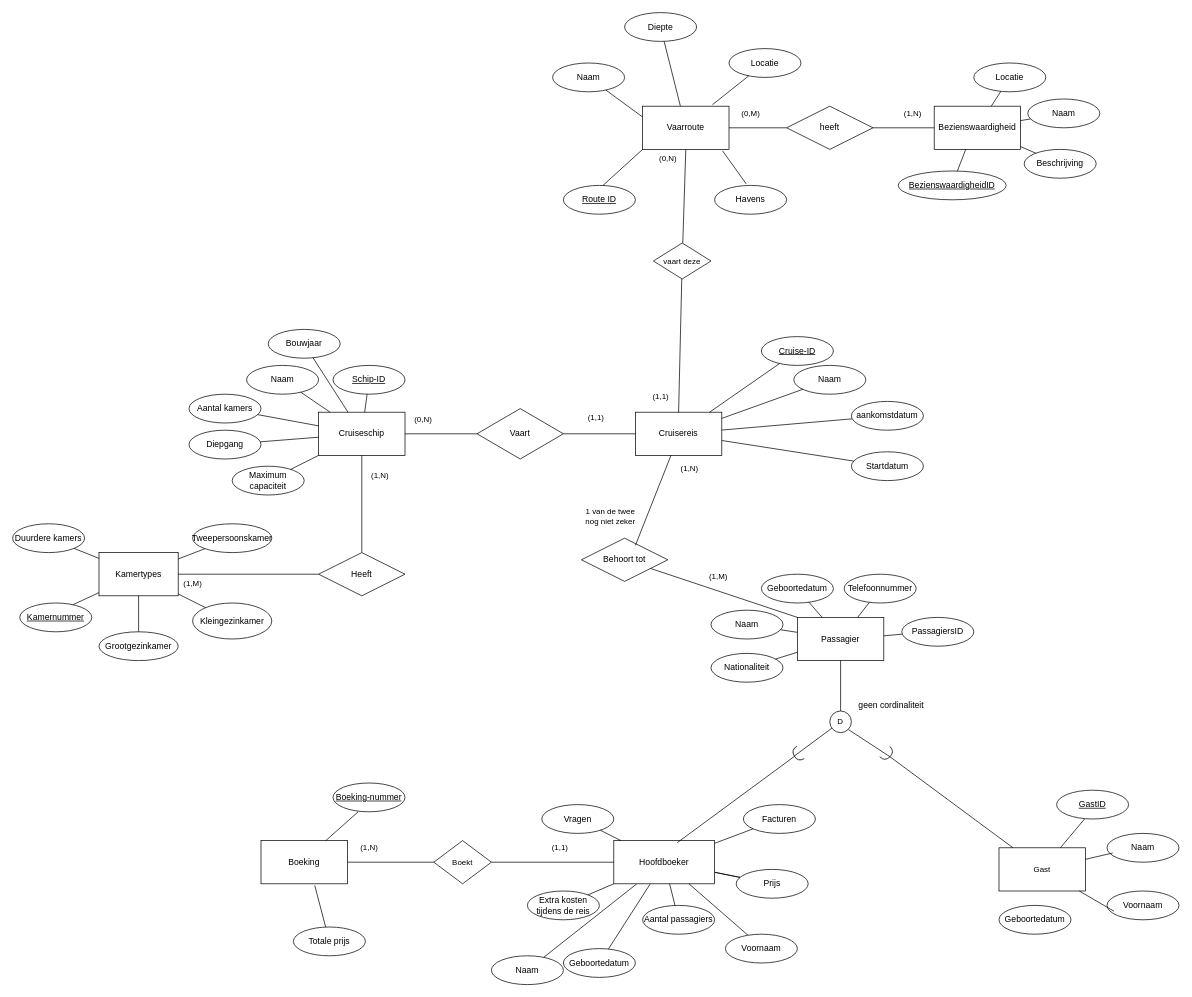
Above: conceptueel datamodel.drawio in IgnaceVanbrabant/prodject-database (draw.io), before the change. Source tidied: cells renumbered, new cells numbered last; positions are measured from the earlier drawing's top-left corner, leaving out a move shared by most shapes. Both pictures are drawn from the tidied source at 72%, with x=0, y=0 at pixel (12, 12).
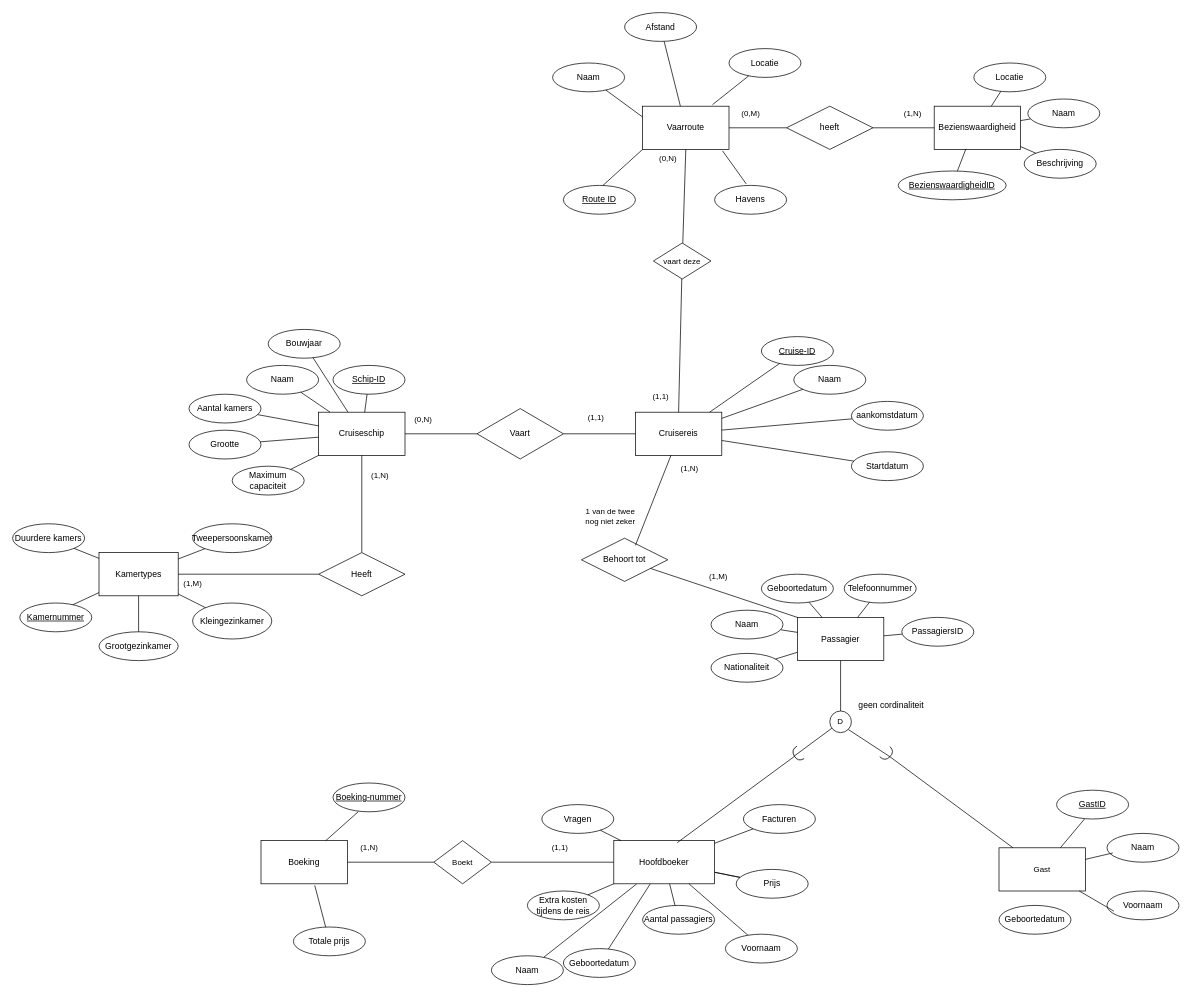
Above is the later version.

Commit message (it also covers changes not shown here):
aanpassing modellen (i love fortnite)

What changed in the source:
```diff
@@
-    <mxCell id="19" value="Diepte" style="ellipse;whiteSpace=wrap;html=1;align=center;" parent="1" vertex="1">
+    <mxCell id="19" value="Afstand" style="ellipse;whiteSpace=wrap;html=1;align=center;" parent="1" vertex="1">
       <mxGeometry x="850" width="100" height="40" as="geometry" />
     </mxCell>
@@
-    <mxCell id="47" value="Diepgang" style="ellipse;whiteSpace=wrap;html=1;align=center;direction=west;" parent="1" vertex="1">
+    <mxCell id="47" value="Grootte" style="ellipse;whiteSpace=wrap;html=1;align=center;direction=west;" parent="1" vertex="1">
       <mxGeometry x="245" y="580" width="100" height="40" as="geometry" />
     </mxCell>
```
